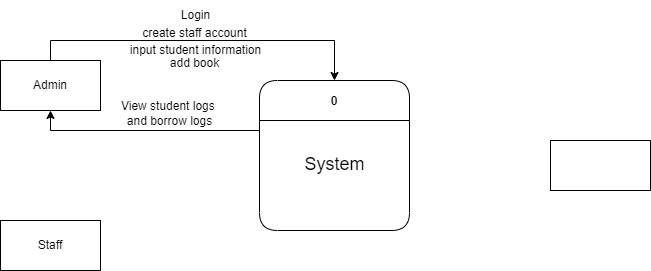
This is context.drawio.png from Jayrou12345/Flowchart, a draw.io export, as it was before one commit. Source tidied: cells renumbered, new cells last; positions are measured from the earlier drawing's top-left corner, leaving out a move shared by most shapes.
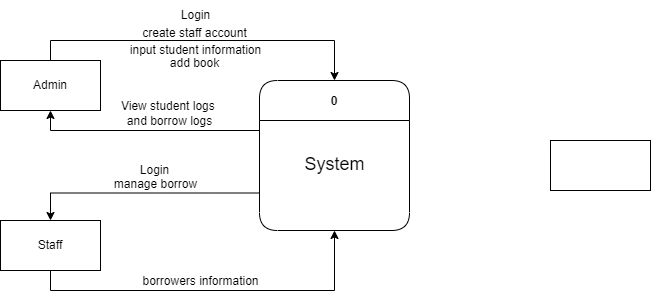
Above is the later version.

Change to the diagram source:
```diff
@@ -10,6 +10,9 @@
         </Array>
       </mxGeometry>
     </mxCell>
+    <mxCell id="14" style="edgeStyle=orthogonalEdgeStyle;rounded=0;jettySize=auto;html=1;exitX=0;exitY=0.75;exitDx=0;exitDy=0;entryX=0.5;entryY=0;entryDx=0;entryDy=0;" parent="1" edge="1" source="3" target="7">
+      <mxGeometry relative="1" as="geometry" />
+    </mxCell>
     <mxCell id="3" value="0" style="swimlane;rounded=1;startSize=40;" parent="1" vertex="1">
       <mxGeometry x="259" y="80" width="150" height="150" as="geometry" />
     </mxCell>
@@ -22,6 +25,14 @@
     <mxCell id="6" value="Admin" style="html=1;dashed=0;whiteSpace=wrap;" parent="1" vertex="1">
       <mxGeometry y="60" width="100" height="50" as="geometry" />
     </mxCell>
+    <mxCell id="15" style="edgeStyle=orthogonalEdgeStyle;rounded=0;jettySize=auto;html=1;entryX=0.5;entryY=1;entryDx=0;entryDy=0;" parent="1" edge="1" source="7" target="3">
+      <mxGeometry relative="1" as="geometry">
+        <Array as="points">
+          <mxPoint x="50" y="290" />
+          <mxPoint x="334" y="290" />
+        </Array>
+      </mxGeometry>
+    </mxCell>
     <mxCell id="7" value="Staff" style="html=1;dashed=0;whiteSpace=wrap;" parent="1" vertex="1">
       <mxGeometry y="220" width="100" height="50" as="geometry" />
     </mxCell>
@@ -43,5 +54,14 @@
     <mxCell id="13" value="View student logs&amp;nbsp;&lt;br&gt;and borrow logs" style="text;html=1;align=center;verticalAlign=middle;strokeColor=none;fillColor=none;" parent="1" vertex="1">
       <mxGeometry x="109" y="93" width="120" height="40" as="geometry" />
     </mxCell>
+    <mxCell id="16" value="Login" style="text;html=1;align=center;verticalAlign=middle;strokeColor=none;fillColor=none;" parent="1" vertex="1">
+      <mxGeometry x="129" y="155" width="50" height="30" as="geometry" />
+    </mxCell>
+    <mxCell id="17" value="manage borrow" style="text;html=1;align=center;verticalAlign=middle;strokeColor=none;fillColor=none;" parent="1" vertex="1">
+      <mxGeometry x="100" y="169" width="110" height="30" as="geometry" />
+    </mxCell>
+    <mxCell id="18" value="borrowers information" style="text;html=1;align=center;verticalAlign=middle;strokeColor=none;fillColor=none;" parent="1" vertex="1">
+      <mxGeometry x="130" y="266" width="140" height="30" as="geometry" />
+    </mxCell>
   </root>
 </mxGraphModel>
```
